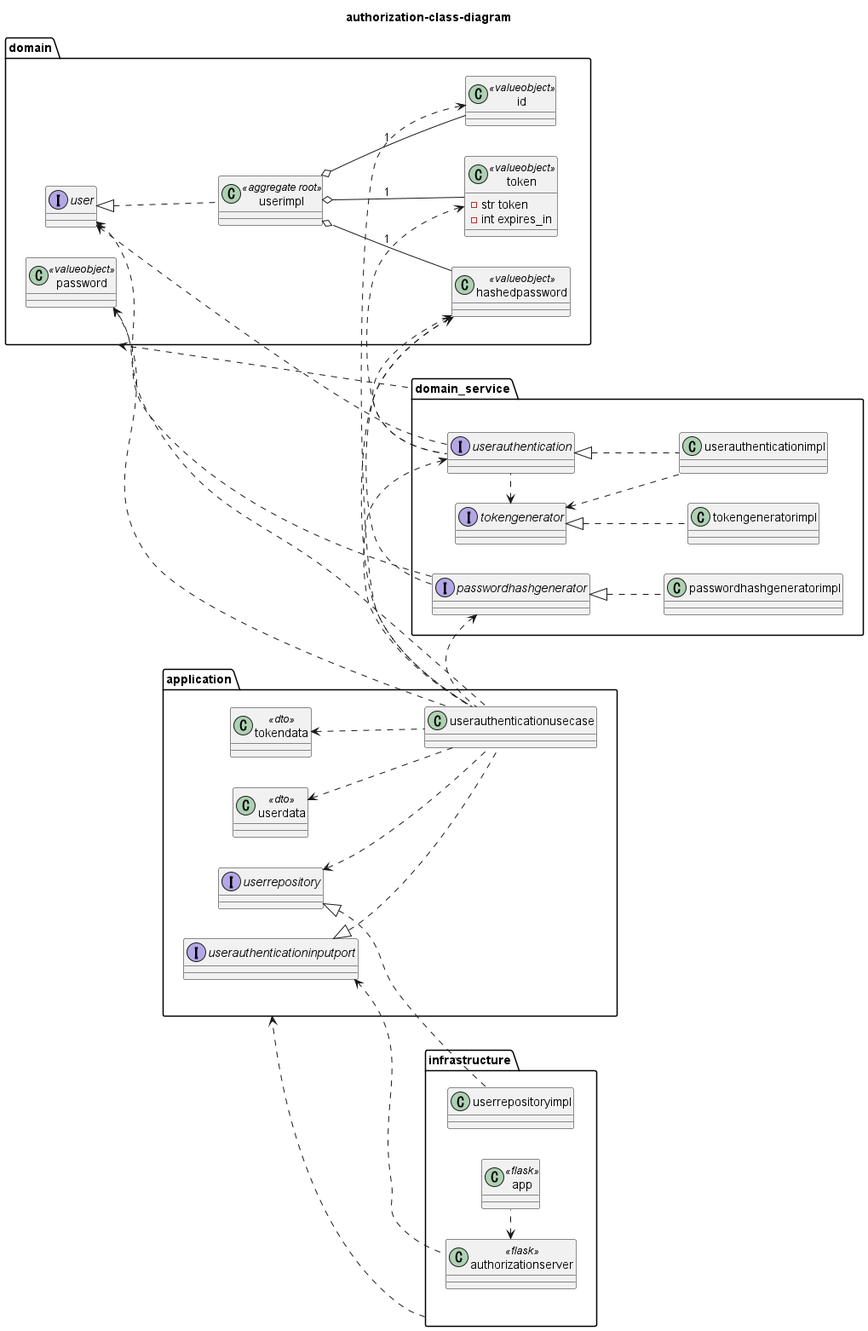
Before: hss/h5n_authorization/architecture/class.png, a diagram exported from PlantUML (horizon2038/hss-python).
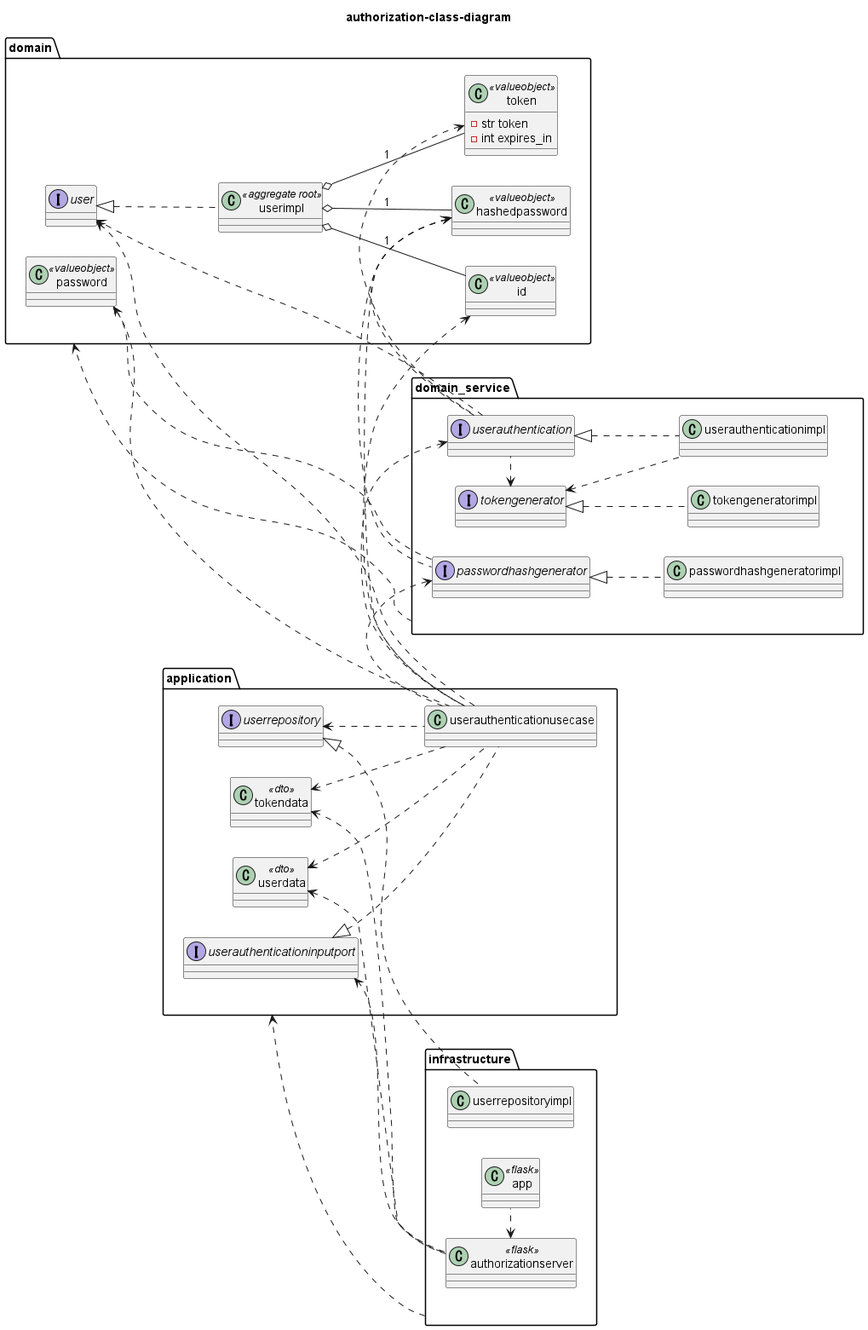
The same diagram one commit later.

Diff of the diagram source:
```diff
@@ -70,6 +70,8 @@
 authorizationserver <. app
 userrepository <|. userrepositoryimpl
 userauthenticationinputport <. authorizationserver
+userdata <. authorizationserver
+tokendata <. authorizationserver
 
 domain <.up. domain_service
 application <.up. infrastructure
```
